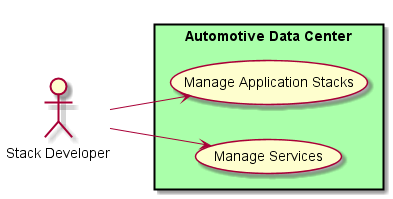
Before: docs/Actors/Stack-Developer/UseCases.png, a diagram exported from PlantUML (CAADE/ADC).
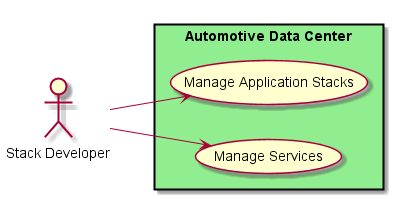
Later version of the same file.

Change to the diagram source:
```diff
@@ -4,7 +4,7 @@
 
 :Stack Developer: as Car
 
-rectangle "Automotive Data Center" #aaffaa {
+rectangle "Automotive Data Center" #lightgreen {
     (Manage Application Stacks) as U1
     (Manage Services) as U2
 }
```
